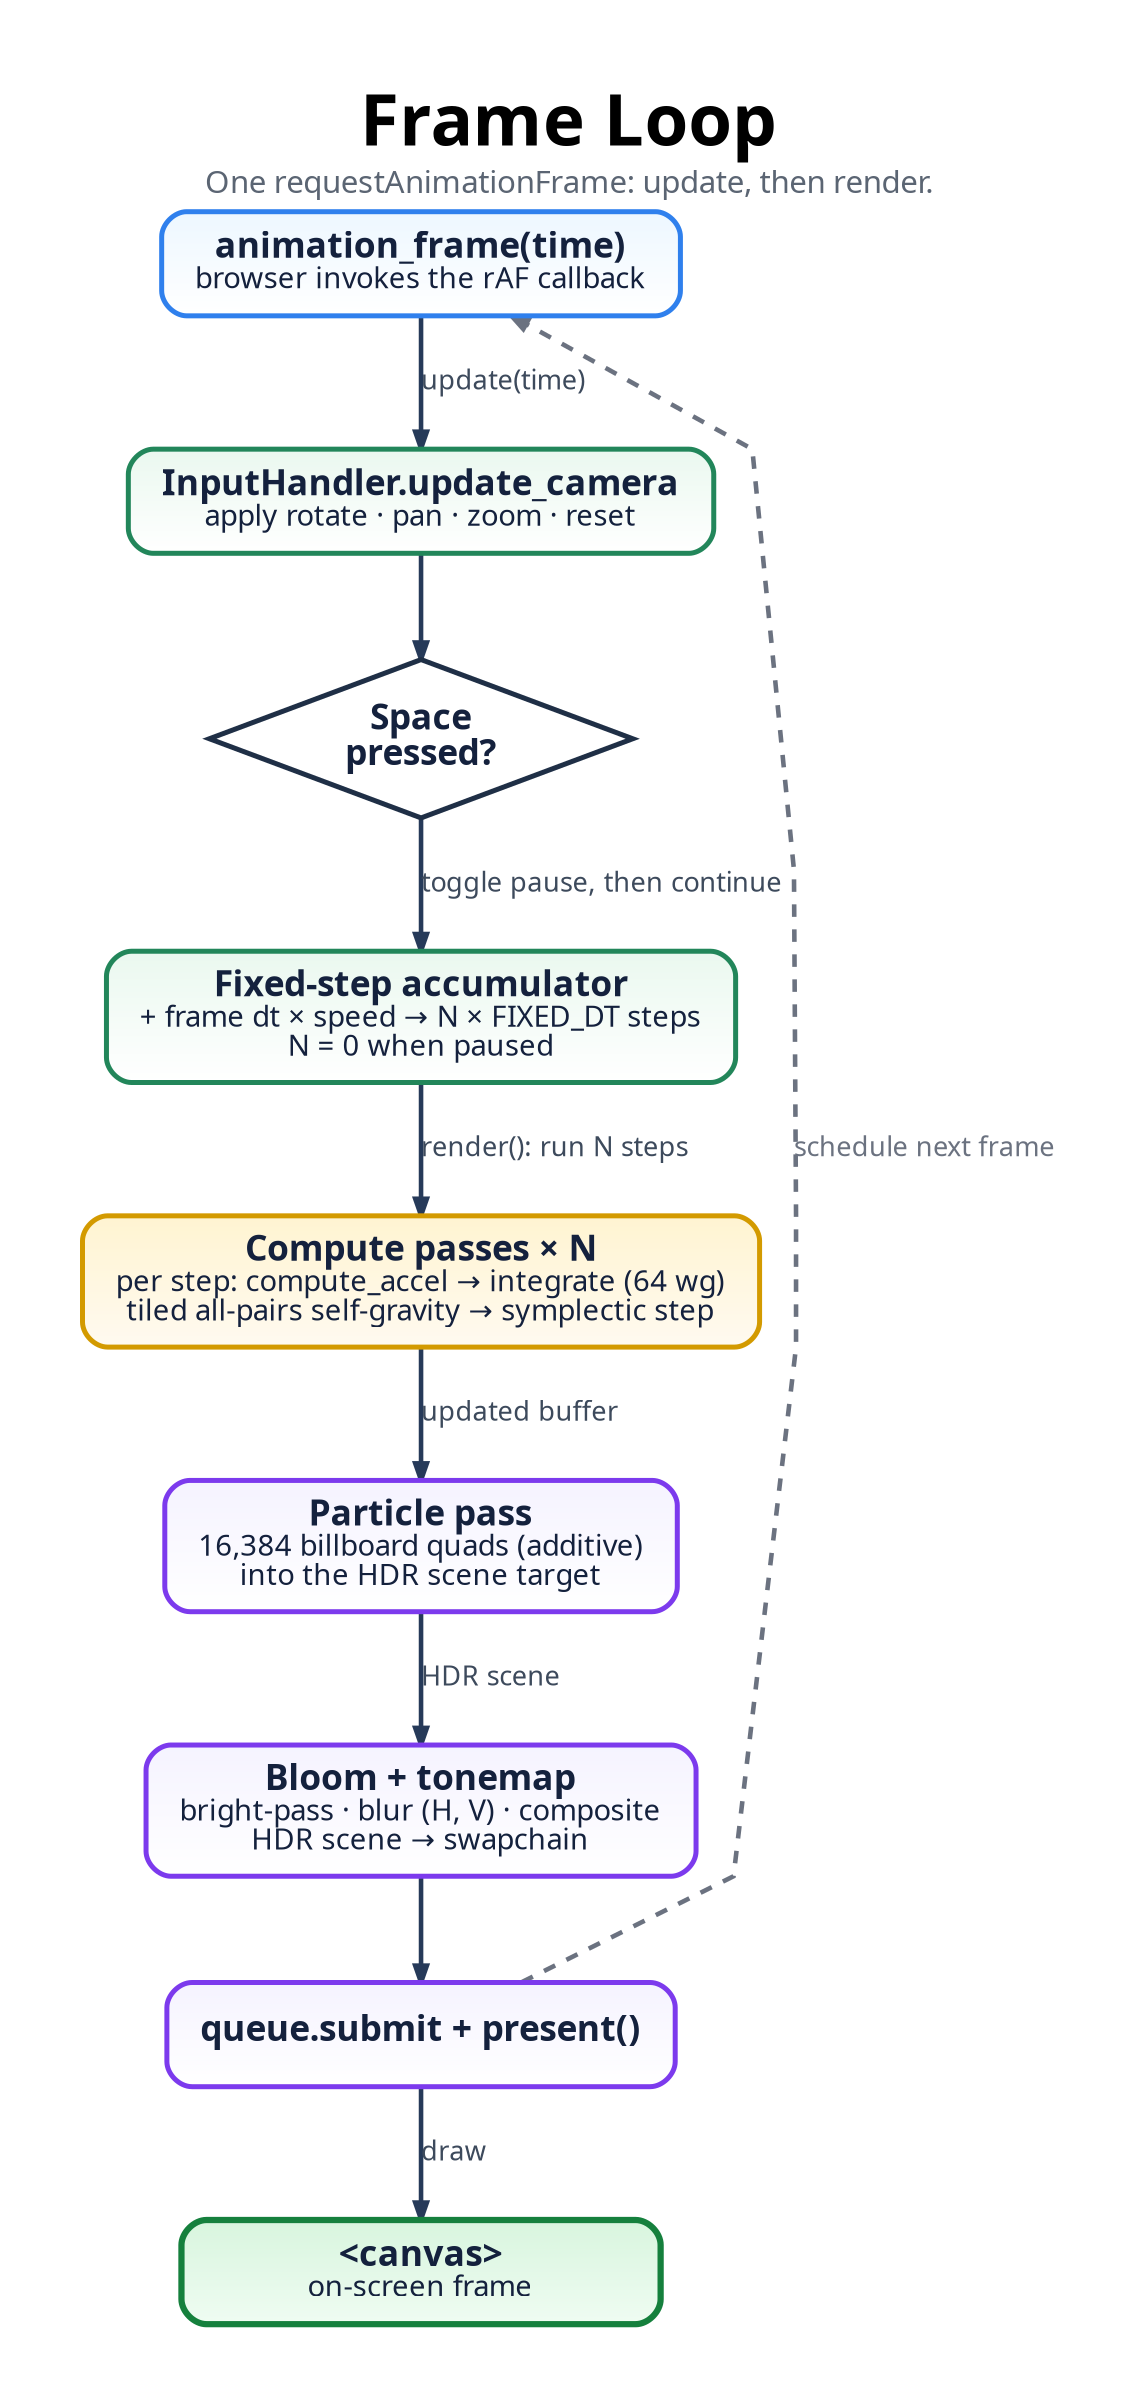
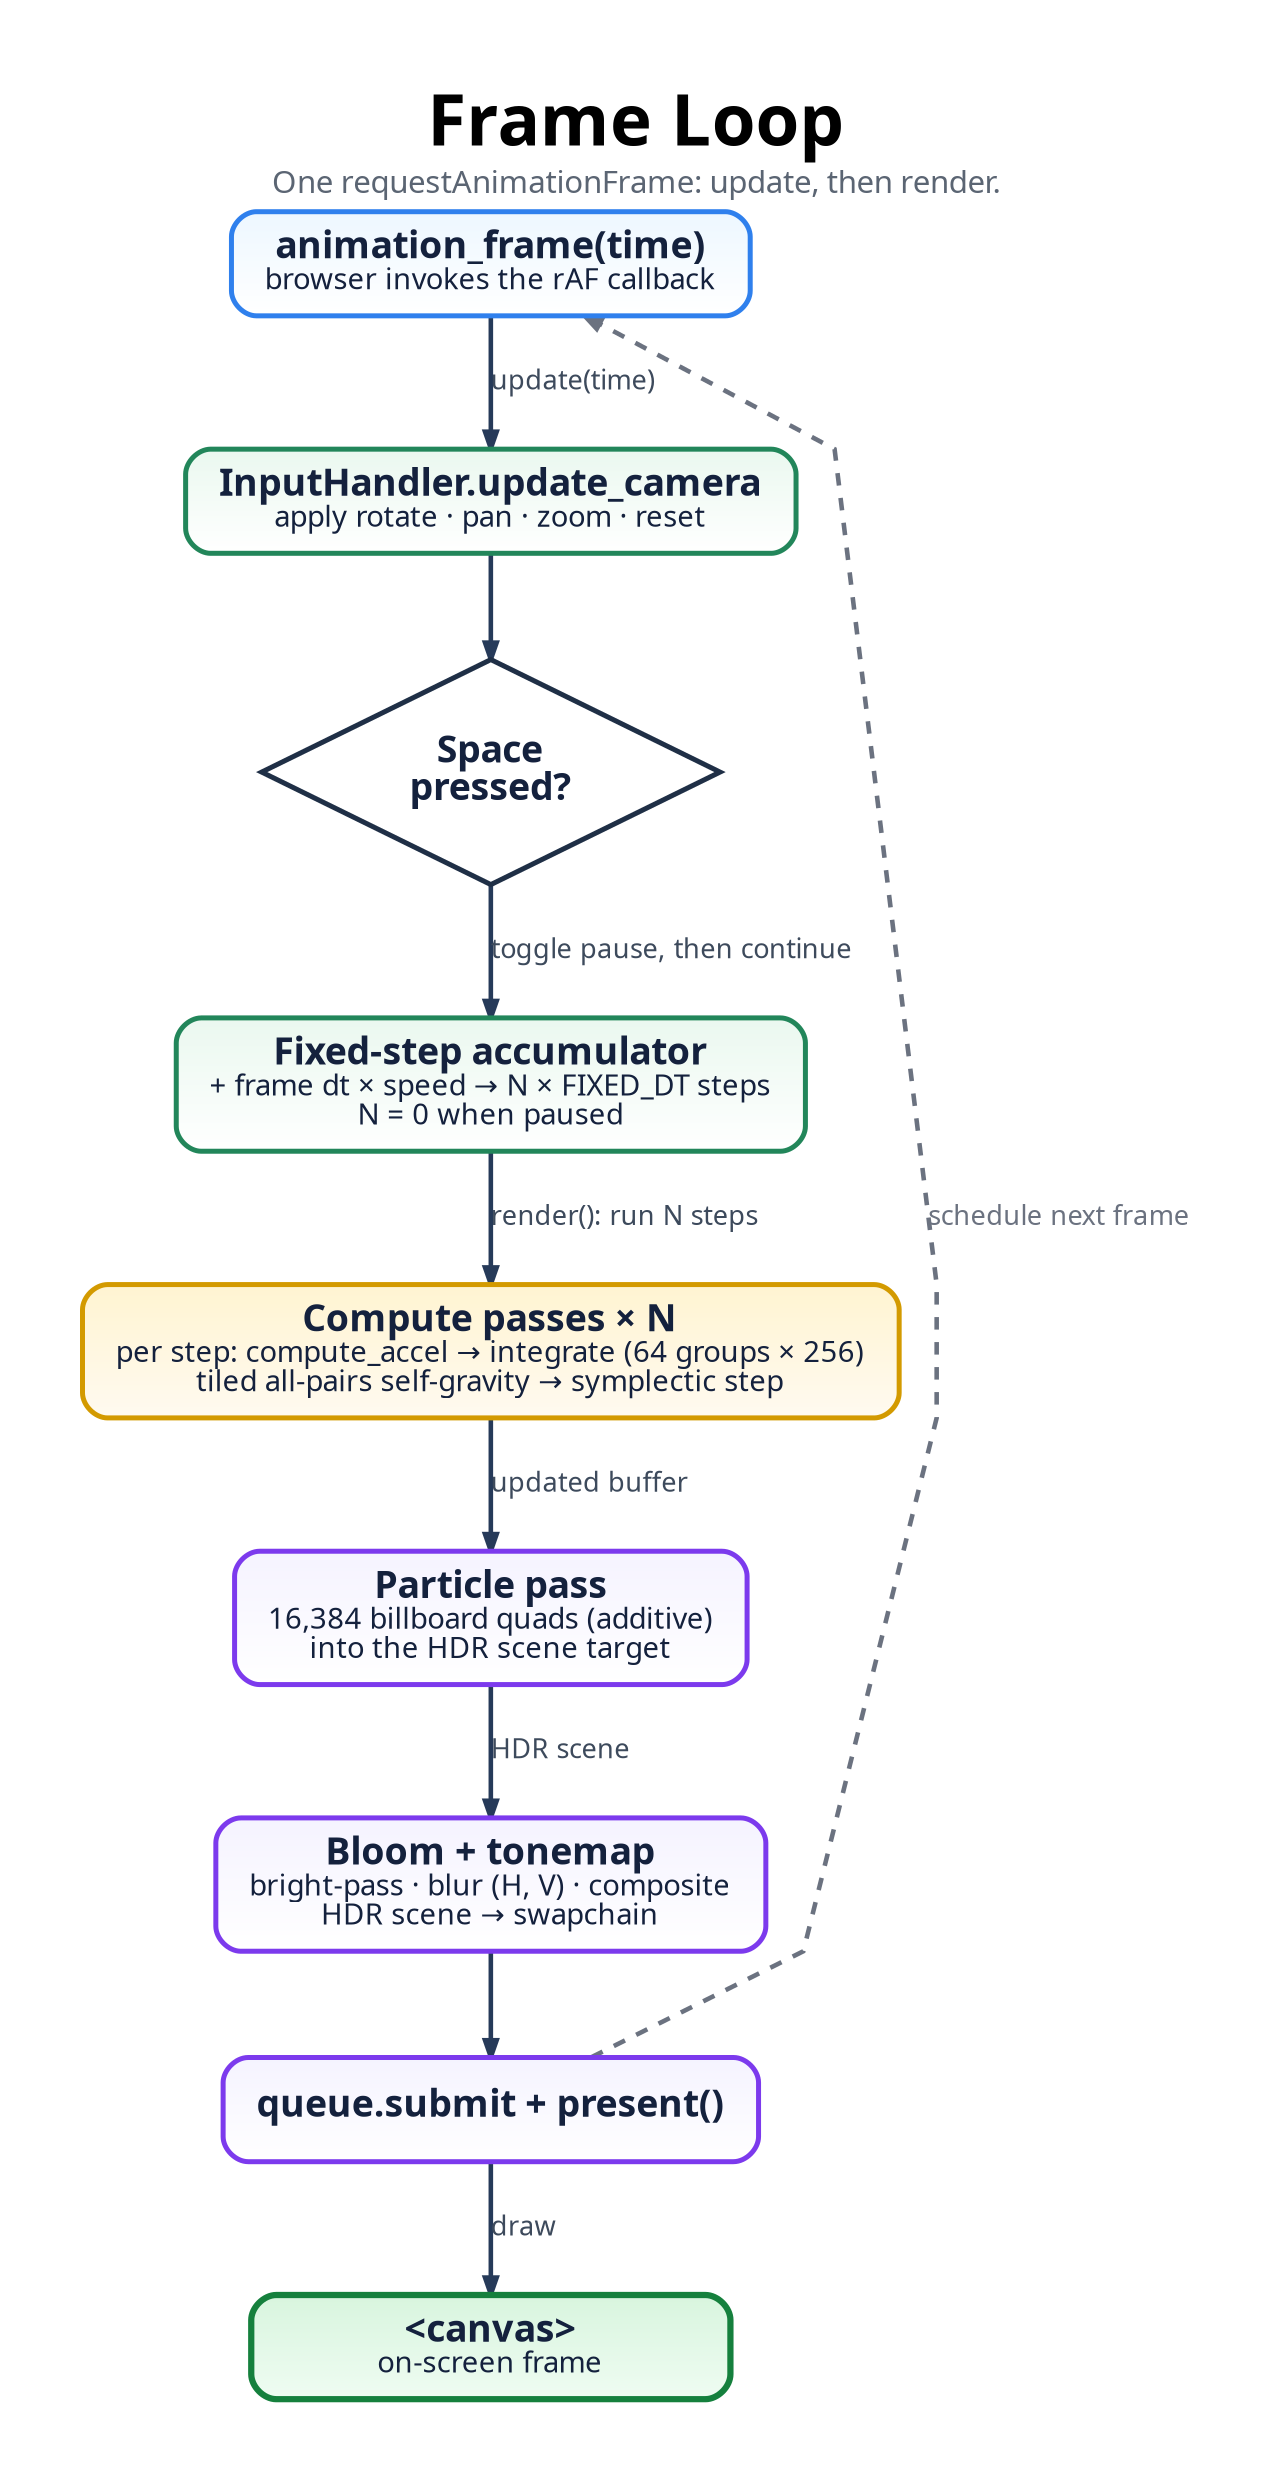
digraph FrameLoop {
  graph [
    rankdir=TB,
    bgcolor="#ffffff",
    pad="0.55",
    nodesep="0.5",
    ranksep="0.7",
    splines=polyline,
    outputorder=edgesfirst,
    newrank=true,
    forcelabels=true,
    fontname="Avenir",
    label=<
      <TABLE BORDER="0" CELLBORDER="0" CELLSPACING="0" CELLPADDING="0">
        <TR><TD><FONT POINT-SIZE="34"><B>Frame Loop</B></FONT></TD></TR>
        <TR><TD><FONT POINT-SIZE="15" COLOR="#5b6573">One requestAnimationFrame: update, then render.</FONT></TD></TR>
      </TABLE>
    >,
    labelloc=t,
    labeljust=c
  ];

  node [
    shape=box,
    style="rounded,filled",
    margin="0.22,0.13",
    width=3.2,
    height=0.7,
    fontname="Avenir",
-     fontsize=17,
+     fontsize=18,
    penwidth=2.4,
    fontcolor="#14213d",
    color="#2264c7",
    fillcolor="#eaf3ff:#ffffff",
    gradientangle=270
  ];

  edge [
    color="#263a59",
    fontname="Avenir",
    fontsize=13,
    fontcolor="#3d4a5c",
    penwidth=2.2,
    arrowsize=0.8
  ];

  START [label=<<B>animation_frame(time)</B><BR/><FONT POINT-SIZE="14">browser invokes the rAF callback</FONT>>, fillcolor="#edf7ff:#ffffff", color="#2f80ed"];

  // update phase (green)
  U1 [label=<<B>InputHandler.update_camera</B><BR/><FONT POINT-SIZE="14">apply rotate · pan · zoom · reset</FONT>>, fillcolor="#eaf8ef:#ffffff", color="#22865a"];
  U2 [shape=diamond, style=filled, fillcolor="#ffffff", color="#1f2f46", penwidth=2.4, width=2.4, height=1.05, label=<<B>Space<BR/>pressed?</B>>];
  U3 [label=<<B>Fixed-step accumulator</B><BR/><FONT POINT-SIZE="14">+ frame dt × speed → N × FIXED_DT steps<BR/>N = 0 when paused</FONT>>, fillcolor="#eaf8ef:#ffffff", color="#22865a"];

  // render phase
-   CP [label=<<B>Compute passes × N</B><BR/><FONT POINT-SIZE="14">per step: compute_accel → integrate (64 wg)<BR/>tiled all-pairs self-gravity → symplectic step</FONT>>, fillcolor="#fff4d1:#fffaf0", color="#d39a00"];
+   CP [label=<<B>Compute passes × N</B><BR/><FONT POINT-SIZE="14">per step: compute_accel → integrate (64 groups × 256)<BR/>tiled all-pairs self-gravity → symplectic step</FONT>>, fillcolor="#fff4d1:#fffaf0", color="#d39a00"];
  RP [label=<<B>Particle pass</B><BR/><FONT POINT-SIZE="14">16,384 billboard quads (additive)<BR/>into the HDR scene target</FONT>>, fillcolor="#f5f3ff:#ffffff", color="#7c3aed"];
  BLOOM [label=<<B>Bloom + tonemap</B><BR/><FONT POINT-SIZE="14">bright-pass · blur (H, V) · composite<BR/>HDR scene → swapchain</FONT>>, fillcolor="#f5f3ff:#ffffff", color="#7c3aed"];
  PRES [label=<<B>queue.submit + present()</B>>, fillcolor="#f5f3ff:#ffffff", color="#7c3aed"];

  CANVAS [label=<<B>&lt;canvas&gt;</B><BR/><FONT POINT-SIZE="14">on-screen frame</FONT>>, fillcolor="#d8f5de:#effcf2", color="#15803d", penwidth=3.0];

  START -> U1 [label="update(time)"];
  U1 -> U2;
  U2 -> U3 [label="toggle pause, then continue"];
  U3 -> CP [label="render(): run N steps"];
  CP -> RP [label="updated buffer"];
  RP -> BLOOM [label="HDR scene"];
  BLOOM -> PRES;
  PRES -> CANVAS [label="draw"];

  PRES -> START [label="schedule next frame", color="#6b7280", fontcolor="#6b7280", style=dashed, constraint=false];
}
